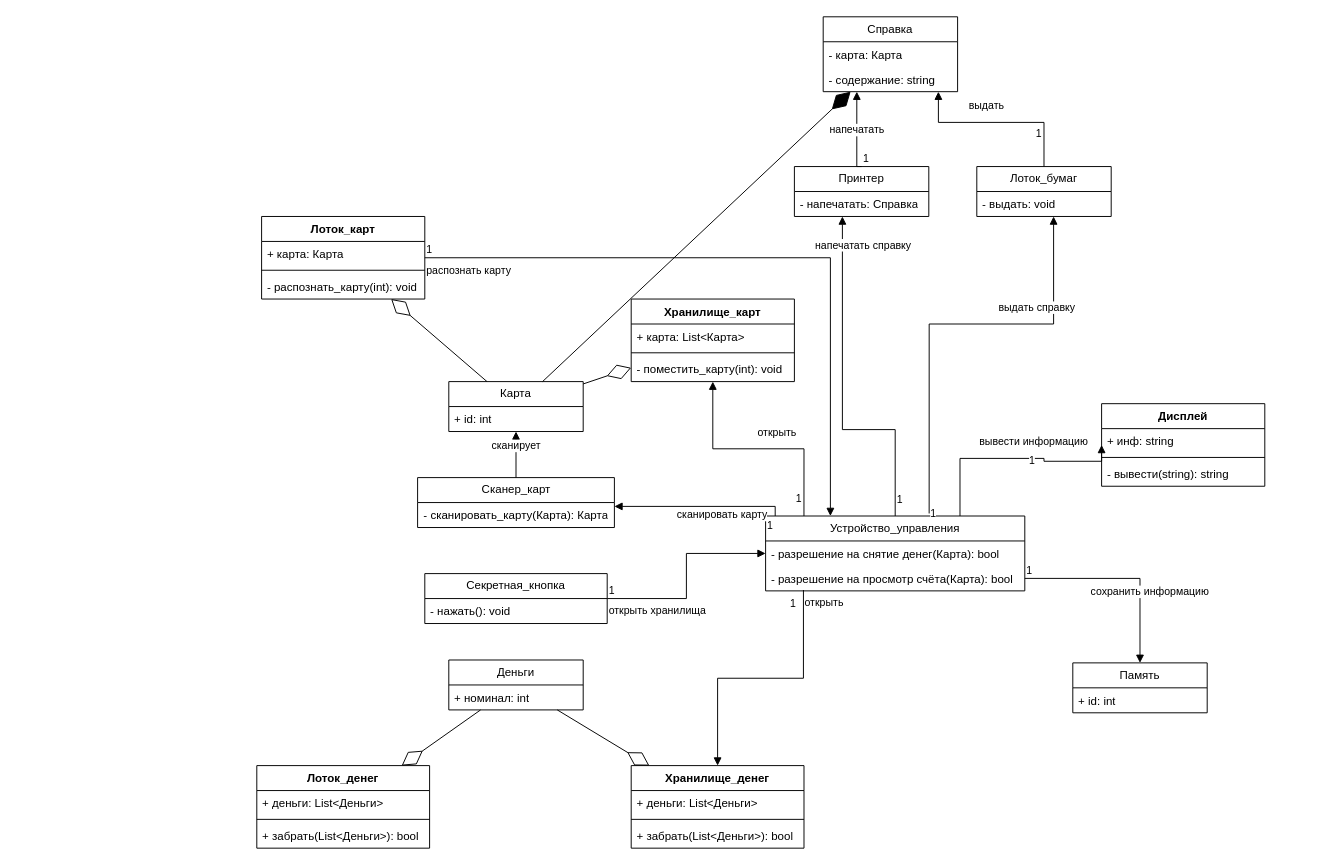
The draw.io diagram папс/Банкомат/Понятия.drawio in KvoERR/pnrpu-3rd-year, before the edit. Source tidied: cells renumbered, new cells numbered last; positions are measured from the earlier drawing's top-left corner, leaving out a move shared by most shapes. Both pictures are drawn from the tidied source at 96%, with x=0, y=0 at pixel (256, 16).
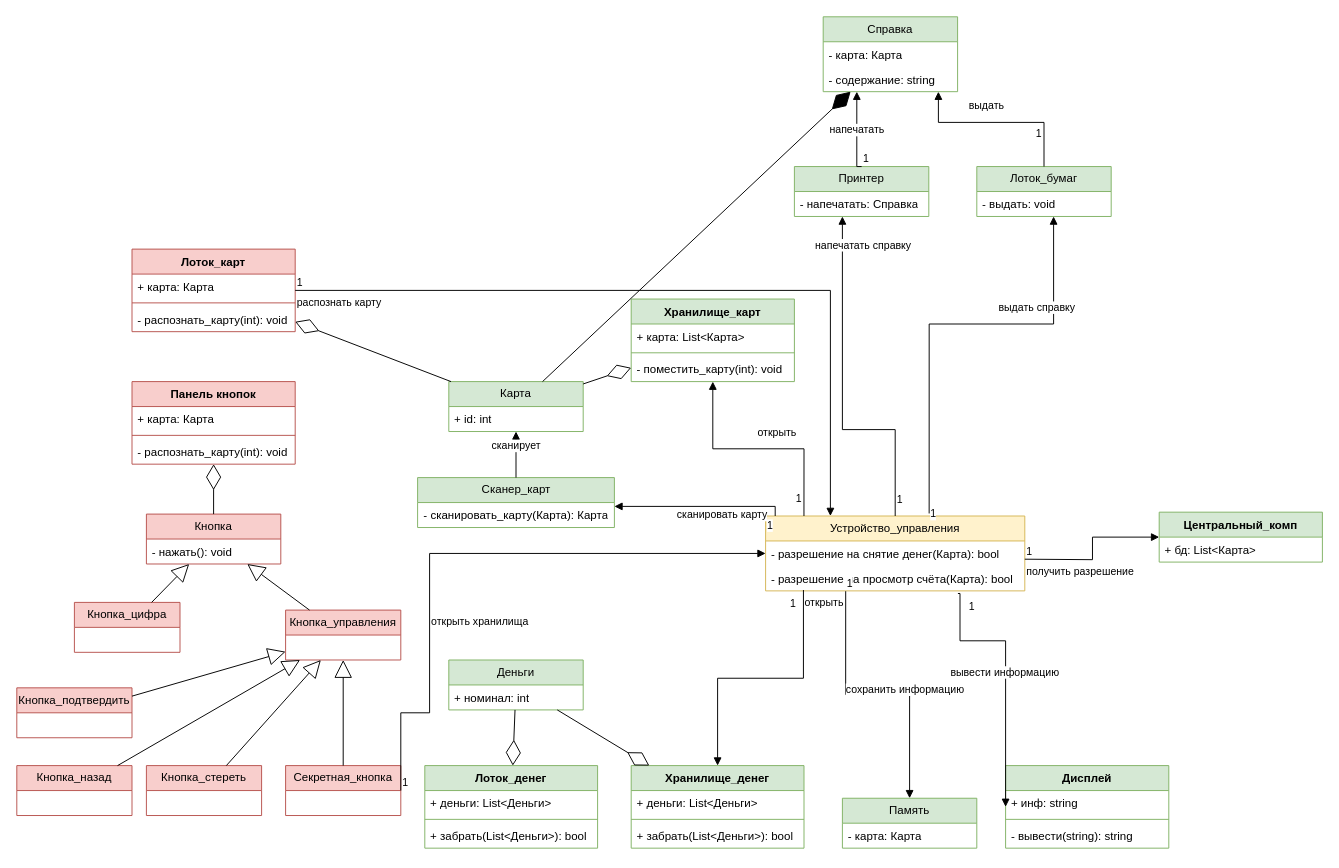
After the change.

Unchanged cells that the change refers to:
```xml
<mxCell id="43" value="- разрешение на снятие денег(Карта): bool" style="text;strokeColor=none;fillColor=none;align=left;verticalAlign=top;spacingLeft=4;spacingRight=4;overflow=hidden;points=[[0,0.5],[1,0.5]];portConstraint=eastwest;whiteSpace=wrap;html=1;" parent="42" vertex="1">
  <mxGeometry y="26" width="270" height="26" as="geometry" />
</mxCell>
<mxCell id="44" value="- разрешение на просмотр счёта(Карта): bool" style="text;strokeColor=none;fillColor=none;align=left;verticalAlign=top;spacingLeft=4;spacingRight=4;overflow=hidden;points=[[0,0.5],[1,0.5]];portConstraint=eastwest;whiteSpace=wrap;html=1;" parent="42" vertex="1">
  <mxGeometry y="52" width="270" height="26" as="geometry" />
</mxCell>
```

Diff of the diagram source:
```diff
@@
-    <mxCell id="2" value="Лоток_карт" style="swimlane;fontStyle=1;align=center;verticalAlign=top;horizontal=1;startSize=26;whiteSpace=wrap;html=1;" parent="1" vertex="1">
-      <mxGeometry x="5" y="208" width="170" height="86" as="geometry" />
+    <mxCell id="2" value="Лоток_карт" style="swimlane;fontStyle=1;align=center;verticalAlign=top;horizontal=1;startSize=26;whiteSpace=wrap;html=1;fillColor=#f8cecc;strokeColor=#b85450;" parent="1" vertex="1">
+      <mxGeometry x="-130" y="242" width="170" height="86" as="geometry" />
     </mxCell>
@@
-    <mxCell id="6" value="Карта" style="swimlane;fontStyle=0;horizontal=1;startSize=26;fillColor=none;whiteSpace=wrap;html=1;" parent="1" vertex="1">
+    <mxCell id="6" value="Карта" style="swimlane;fontStyle=0;horizontal=1;startSize=26;fillColor=#d5e8d4;whiteSpace=wrap;html=1;strokeColor=#82b366;" parent="1" vertex="1">
       <mxGeometry x="200" y="380" width="140" height="52" as="geometry" />
     </mxCell>
@@
-    <mxCell id="9" value="Хранилище_карт" style="swimlane;fontStyle=1;align=center;verticalAlign=top;horizontal=1;startSize=26;whiteSpace=wrap;html=1;" parent="1" vertex="1">
+    <mxCell id="9" value="Хранилище_карт" style="swimlane;fontStyle=1;align=center;verticalAlign=top;horizontal=1;startSize=26;whiteSpace=wrap;html=1;fillColor=#d5e8d4;strokeColor=#82b366;" parent="1" vertex="1">
       <mxGeometry x="390" y="294" width="170" height="86" as="geometry" />
     </mxCell>
@@
-    <mxCell id="14" value="Сканер_карт" style="swimlane;fontStyle=0;horizontal=1;startSize=26;fillColor=none;whiteSpace=wrap;html=1;" parent="1" vertex="1">
+    <mxCell id="14" value="Сканер_карт" style="swimlane;fontStyle=0;horizontal=1;startSize=26;fillColor=#d5e8d4;whiteSpace=wrap;html=1;strokeColor=#82b366;" parent="1" vertex="1">
       <mxGeometry x="167.5" y="480" width="205" height="52" as="geometry" />
     </mxCell>
@@
-    <mxCell id="17" value="Секретная_кнопка" style="swimlane;fontStyle=0;horizontal=1;startSize=26;fillColor=none;whiteSpace=wrap;html=1;" parent="1" vertex="1">
-      <mxGeometry x="175" y="580" width="190" height="52" as="geometry" />
+    <mxCell id="17" value="Секретная_кнопка" style="swimlane;fontStyle=0;horizontal=1;startSize=26;fillColor=#f8cecc;whiteSpace=wrap;html=1;strokeColor=#b85450;" parent="1" vertex="1">
+      <mxGeometry x="30" y="780" width="120" height="52" as="geometry" />
     </mxCell>
-    <mxCell id="18" value="- нажать(): void" style="text;strokeColor=none;fillColor=none;align=left;verticalAlign=top;spacingLeft=4;spacingRight=4;overflow=hidden;whiteSpace=wrap;html=1;" parent="17" vertex="1">
-      <mxGeometry y="26" width="190" height="26" as="geometry" />
-    </mxCell>
-    <mxCell id="19" value="Деньги" style="swimlane;fontStyle=0;horizontal=1;startSize=26;fillColor=none;whiteSpace=wrap;html=1;" parent="1" vertex="1">
+    <mxCell id="19" value="Деньги" style="swimlane;fontStyle=0;horizontal=1;startSize=26;fillColor=#d5e8d4;whiteSpace=wrap;html=1;strokeColor=#82b366;" parent="1" vertex="1">
       <mxGeometry x="200" y="670" width="140" height="52" as="geometry" />
     </mxCell>
@@
-    <mxCell id="21" value="Лоток_денег" style="swimlane;fontStyle=1;align=center;verticalAlign=top;horizontal=1;startSize=26;whiteSpace=wrap;html=1;" parent="1" vertex="1">
-      <mxGeometry y="780" width="180" height="86" as="geometry" />
+    <mxCell id="21" value="Лоток_денег" style="swimlane;fontStyle=1;align=center;verticalAlign=top;horizontal=1;startSize=26;whiteSpace=wrap;html=1;fillColor=#d5e8d4;strokeColor=#82b366;" parent="1" vertex="1">
+      <mxGeometry x="175" y="780" width="180" height="86" as="geometry" />
     </mxCell>
@@
-    <mxCell id="25" value="Хранилище_денег" style="swimlane;fontStyle=1;align=center;verticalAlign=top;horizontal=1;startSize=26;whiteSpace=wrap;html=1;" parent="1" vertex="1">
+    <mxCell id="25" value="Хранилище_денег" style="swimlane;fontStyle=1;align=center;verticalAlign=top;horizontal=1;startSize=26;whiteSpace=wrap;html=1;fillColor=#d5e8d4;strokeColor=#82b366;" parent="1" vertex="1">
       <mxGeometry x="390" y="780" width="180" height="86" as="geometry" />
     </mxCell>
@@
-    <mxCell id="29" value="Дисплей" style="swimlane;fontStyle=1;align=center;verticalAlign=top;horizontal=1;startSize=26;whiteSpace=wrap;html=1;" parent="1" vertex="1">
-      <mxGeometry x="880" y="403" width="170" height="86" as="geometry" />
+    <mxCell id="29" value="Дисплей" style="swimlane;fontStyle=1;align=center;verticalAlign=top;horizontal=1;startSize=26;whiteSpace=wrap;html=1;fillColor=#d5e8d4;strokeColor=#82b366;" parent="1" vertex="1">
+      <mxGeometry x="780" y="780" width="170" height="86" as="geometry" />
     </mxCell>
@@
-    <mxCell id="33" value="Память" style="swimlane;fontStyle=0;horizontal=1;startSize=26;fillColor=none;whiteSpace=wrap;html=1;" parent="1" vertex="1">
-      <mxGeometry x="850" y="673" width="140" height="52" as="geometry" />
+    <mxCell id="33" value="Память" style="swimlane;fontStyle=0;horizontal=1;startSize=26;fillColor=#d5e8d4;whiteSpace=wrap;html=1;strokeColor=#82b366;" parent="1" vertex="1">
+      <mxGeometry x="610" y="814" width="140" height="52" as="geometry" />
     </mxCell>
-    <mxCell id="34" value="+ id: int" style="text;strokeColor=none;fillColor=none;align=left;verticalAlign=top;spacingLeft=4;spacingRight=4;overflow=hidden;whiteSpace=wrap;html=1;" parent="33" vertex="1">
+    <mxCell id="34" value="- карта: Карта" style="text;strokeColor=none;fillColor=none;align=left;verticalAlign=top;spacingLeft=4;spacingRight=4;overflow=hidden;whiteSpace=wrap;html=1;" parent="33" vertex="1">
       <mxGeometry y="26" width="140" height="26" as="geometry" />
     </mxCell>
-    <mxCell id="35" value="Принтер" style="swimlane;fontStyle=0;horizontal=1;startSize=26;fillColor=none;whiteSpace=wrap;html=1;" parent="1" vertex="1">
+    <mxCell id="35" value="Принтер" style="swimlane;fontStyle=0;horizontal=1;startSize=26;fillColor=#d5e8d4;whiteSpace=wrap;html=1;strokeColor=#82b366;" parent="1" vertex="1">
       <mxGeometry x="560" y="156" width="140" height="52" as="geometry" />
     </mxCell>
@@
-    <mxCell id="37" value="Лоток_бумаг" style="swimlane;fontStyle=0;horizontal=1;startSize=26;fillColor=none;whiteSpace=wrap;html=1;" parent="1" vertex="1">
+    <mxCell id="37" value="Лоток_бумаг" style="swimlane;fontStyle=0;horizontal=1;startSize=26;fillColor=#d5e8d4;whiteSpace=wrap;html=1;strokeColor=#82b366;" parent="1" vertex="1">
       <mxGeometry x="750" y="156" width="140" height="52" as="geometry" />
     </mxCell>
@@
-    <mxCell id="39" value="Справка" style="swimlane;fontStyle=0;horizontal=1;startSize=26;fillColor=none;whiteSpace=wrap;html=1;" parent="1" vertex="1">
+    <mxCell id="39" value="Справка" style="swimlane;fontStyle=0;horizontal=1;startSize=26;fillColor=#d5e8d4;whiteSpace=wrap;html=1;strokeColor=#82b366;" parent="1" vertex="1">
       <mxGeometry x="590" width="140" height="78" as="geometry" />
     </mxCell>
@@
-    <mxCell id="42" value="Устройство_управления" style="swimlane;fontStyle=0;horizontal=1;startSize=26;fillColor=none;whiteSpace=wrap;html=1;" parent="1" vertex="1">
+    <mxCell id="42" value="Устройство_управления" style="swimlane;fontStyle=0;horizontal=1;startSize=26;fillColor=#fff2cc;whiteSpace=wrap;html=1;strokeColor=#d6b656;" parent="1" vertex="1">
       <mxGeometry x="530" y="520" width="270" height="78" as="geometry" />
     </mxCell>
@@
-    <mxCell id="49" value="вывести информацию" style="endArrow=block;endFill=1;html=1;edgeStyle=orthogonalEdgeStyle;align=left;verticalAlign=top;rounded=0;entryX=0;entryY=0.5;entryDx=0;entryDy=0;exitX=0.75;exitY=0;exitDx=0;exitDy=0;" parent="1" edge="1" source="42" target="29">
-      <mxGeometry x="-0.32" y="30" relative="1" as="geometry">
+    <mxCell id="49" value="вывести информацию" style="endArrow=block;endFill=1;html=1;edgeStyle=orthogonalEdgeStyle;align=left;verticalAlign=top;rounded=0;entryX=0;entryY=0.5;entryDx=0;entryDy=0;exitX=0.742;exitY=1.105;exitDx=0;exitDy=0;exitPerimeter=0;" parent="1" edge="1" source="44" target="29">
+      <mxGeometry x="-0.62" y="-24" relative="1" as="geometry">
         <Array as="points">
-          <mxPoint x="732.5" y="460" />
-          <mxPoint x="820" y="460" />
-          <mxPoint x="820" y="463" />
+          <mxPoint x="732.5" y="600.7" />
+          <mxPoint x="732.5" y="650" />
+          <mxPoint x="780" y="650" />
         </Array>
-        <mxPoint x="1" as="offset" />
+        <mxPoint x="-12" y="-4" as="offset" />
       </mxGeometry>
     </mxCell>
     <mxCell id="50" value="1" style="edgeLabel;html=1;align=left;verticalAlign=bottom;" parent="49" vertex="1">
       <mxGeometry x="-1" relative="1" as="geometry">
-        <mxPoint x="70" y="-50" as="offset" />
+        <mxPoint x="10" y="21" as="offset" />
       </mxGeometry>
     </mxCell>
-    <mxCell id="51" value="сохранить информацию" style="endArrow=block;endFill=1;html=1;edgeStyle=orthogonalEdgeStyle;align=left;verticalAlign=top;rounded=0;exitX=1;exitY=0.5;exitDx=0;exitDy=0;" parent="1" edge="1" source="44" target="33">
+    <mxCell id="51" value="сохранить информацию" style="endArrow=block;endFill=1;html=1;edgeStyle=orthogonalEdgeStyle;align=left;verticalAlign=top;rounded=0;exitX=0.309;exitY=1.013;exitDx=0;exitDy=0;exitPerimeter=0;" parent="1" edge="1" source="44" target="33">
       <mxGeometry x="-0.36" y="-1" relative="1" as="geometry" />
     </mxCell>
@@
-    <mxCell id="55" value="открыть хранилища" style="endArrow=block;endFill=1;html=1;edgeStyle=orthogonalEdgeStyle;align=left;verticalAlign=top;rounded=0;" parent="1" edge="1" source="17" target="42">
-      <mxGeometry x="-1" relative="1" as="geometry" />
+    <mxCell id="55" value="открыть хранилища" style="endArrow=block;endFill=1;html=1;edgeStyle=orthogonalEdgeStyle;align=left;verticalAlign=top;rounded=0;entryX=0;entryY=0.5;entryDx=0;entryDy=0;exitX=1;exitY=0.5;exitDx=0;exitDy=0;" parent="1" edge="1" source="17" target="43">
+      <mxGeometry x="-0.3" relative="1" as="geometry">
+        <Array as="points">
+          <mxPoint x="180" y="725" />
+          <mxPoint x="180" y="559" />
+        </Array>
+      </mxGeometry>
     </mxCell>
@@
+    <mxCell id="70" value="Панель кнопок" style="swimlane;fontStyle=1;align=center;verticalAlign=top;horizontal=1;startSize=26;whiteSpace=wrap;html=1;fillColor=#f8cecc;strokeColor=#b85450;" parent="1" vertex="1">
+      <mxGeometry x="-130" y="380" width="170" height="86" as="geometry" />
+    </mxCell>
+    <mxCell id="71" value="+ карта: Карта" style="text;strokeColor=none;fillColor=none;align=left;verticalAlign=top;spacingLeft=4;spacingRight=4;overflow=hidden;whiteSpace=wrap;html=1;" parent="70" vertex="1">
+      <mxGeometry y="26" width="170" height="26" as="geometry" />
+    </mxCell>
+    <mxCell id="72" style="line;strokeWidth=1;fillColor=none;align=left;verticalAlign=middle;spacingTop=-1;spacingLeft=3;spacingRight=3;labelPosition=right;strokeColor=inherit;" parent="70" vertex="1">
+      <mxGeometry y="52" width="170" height="8" as="geometry" />
+    </mxCell>
+    <mxCell id="73" value="- распознать_карту(int): void" style="text;strokeColor=none;fillColor=none;align=left;verticalAlign=top;spacingLeft=4;spacingRight=4;overflow=hidden;whiteSpace=wrap;html=1;" parent="70" vertex="1">
+      <mxGeometry y="60" width="170" height="26" as="geometry" />
+    </mxCell>
+    <mxCell id="74" value="Центральный_комп" style="swimlane;fontStyle=1;align=center;verticalAlign=top;horizontal=1;startSize=26;whiteSpace=wrap;html=1;fillColor=#d5e8d4;strokeColor=#82b366;" parent="1" vertex="1">
+      <mxGeometry x="940" y="516" width="170" height="52" as="geometry" />
+    </mxCell>
+    <mxCell id="75" value="+ бд: List&amp;lt;Карта&amp;gt;" style="text;strokeColor=none;fillColor=none;align=left;verticalAlign=top;spacingLeft=4;spacingRight=4;overflow=hidden;whiteSpace=wrap;html=1;" parent="74" vertex="1">
+      <mxGeometry y="26" width="170" height="26" as="geometry" />
+    </mxCell>
+    <mxCell id="76" style="endArrow=block;endSize=16;endFill=0;html=1;rounded=0;" parent="1" edge="1" source="17" target="83">
+      <mxGeometry x="-1" y="-5" relative="1" as="geometry" />
+    </mxCell>
+    <mxCell id="77" value="получить разрешение" style="endArrow=block;endFill=1;html=1;edgeStyle=orthogonalEdgeStyle;align=left;verticalAlign=top;rounded=0;exitX=1;exitY=0.5;exitDx=0;exitDy=0;" parent="1" edge="1" target="74">
+      <mxGeometry x="-1" relative="1" as="geometry">
+        <mxPoint x="800" y="565" as="sourcePoint" />
+      </mxGeometry>
+    </mxCell>
+    <mxCell id="78" value="1" style="edgeLabel;html=1;align=left;verticalAlign=bottom;" parent="77" vertex="1">
+      <mxGeometry x="-1" relative="1" as="geometry" />
+    </mxCell>
+    <mxCell id="79" value="Кнопка" style="swimlane;fontStyle=0;horizontal=1;startSize=26;fillColor=#f8cecc;whiteSpace=wrap;html=1;strokeColor=#b85450;" parent="1" vertex="1">
+      <mxGeometry x="-115" y="518" width="140" height="52" as="geometry" />
+    </mxCell>
+    <mxCell id="18" value="- нажать(): void" style="text;strokeColor=none;fillColor=none;align=left;verticalAlign=top;spacingLeft=4;spacingRight=4;overflow=hidden;whiteSpace=wrap;html=1;" parent="79" vertex="1">
+      <mxGeometry y="26" width="140" height="26" as="geometry" />
+    </mxCell>
+    <mxCell id="80" value="Кнопка_цифра" style="swimlane;fontStyle=0;horizontal=1;startSize=26;fillColor=#f8cecc;whiteSpace=wrap;html=1;strokeColor=#b85450;" parent="1" vertex="1">
+      <mxGeometry x="-190" y="610" width="110" height="52" as="geometry" />
+    </mxCell>
+    <mxCell id="81" style="endArrow=block;endSize=16;endFill=0;html=1;rounded=0;" parent="1" edge="1" source="80" target="79">
+      <mxGeometry x="-1" y="-5" relative="1" as="geometry" />
+    </mxCell>
+    <mxCell id="82" style="endArrow=diamondThin;endFill=0;endSize=24;html=1;rounded=0;" parent="1" edge="1" source="79" target="70">
+      <mxGeometry relative="1" as="geometry" />
+    </mxCell>
+    <mxCell id="83" value="Кнопка_управления" style="swimlane;fontStyle=0;horizontal=1;startSize=26;fillColor=#f8cecc;whiteSpace=wrap;html=1;strokeColor=#b85450;" parent="1" vertex="1">
+      <mxGeometry x="30" y="618" width="120" height="52" as="geometry" />
+    </mxCell>
+    <mxCell id="84" style="endArrow=block;endSize=16;endFill=0;html=1;rounded=0;" parent="1" edge="1" source="83" target="79">
+      <mxGeometry x="-1" y="-5" relative="1" as="geometry" />
+    </mxCell>
+    <mxCell id="85" value="Кнопка_подтвердить" style="swimlane;fontStyle=0;horizontal=1;startSize=26;fillColor=#f8cecc;whiteSpace=wrap;html=1;strokeColor=#b85450;" parent="1" vertex="1">
+      <mxGeometry x="-250" y="699" width="120" height="52" as="geometry" />
+    </mxCell>
+    <mxCell id="86" value="Кнопка_назад" style="swimlane;fontStyle=0;horizontal=1;startSize=26;fillColor=#f8cecc;whiteSpace=wrap;html=1;strokeColor=#b85450;" parent="1" vertex="1">
+      <mxGeometry x="-250" y="780" width="120" height="52" as="geometry" />
+    </mxCell>
+    <mxCell id="87" value="Кнопка_стереть" style="swimlane;fontStyle=0;horizontal=1;startSize=26;fillColor=#f8cecc;whiteSpace=wrap;html=1;strokeColor=#b85450;" parent="1" vertex="1">
+      <mxGeometry x="-115" y="780" width="120" height="52" as="geometry" />
+    </mxCell>
+    <mxCell id="88" style="endArrow=block;endSize=16;endFill=0;html=1;rounded=0;" parent="1" edge="1" source="85" target="83">
+      <mxGeometry x="-1" y="-5" relative="1" as="geometry" />
+    </mxCell>
+    <mxCell id="89" style="endArrow=block;endSize=16;endFill=0;html=1;rounded=0;" parent="1" edge="1" source="86" target="83">
+      <mxGeometry x="-1" y="-5" relative="1" as="geometry" />
+    </mxCell>
+    <mxCell id="90" style="endArrow=block;endSize=16;endFill=0;html=1;rounded=0;" parent="1" edge="1" source="87" target="83">
+      <mxGeometry x="-1" y="-5" relative="1" as="geometry" />
+    </mxCell>
```
